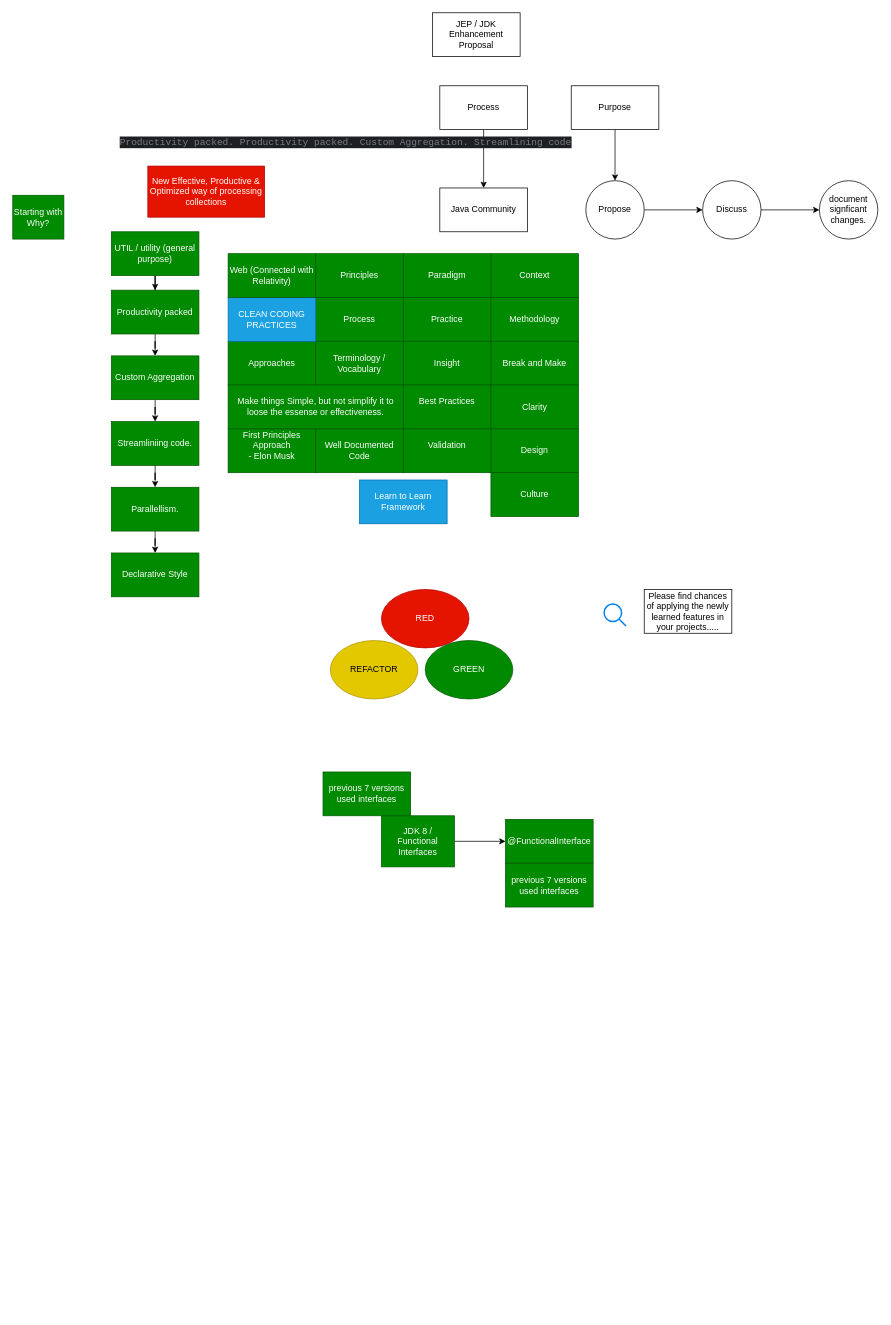
Before: page "Terminology & Methodology" (2 of 9) of Diagrams/New Features Java.drawio in THRGLO02MAY2025GIT-HUB/THRGLO02MAY2025GIT-REPO, a draw.io diagram. Source tidied: cells renumbered, new cells numbered last; positions are measured from the earlier drawing's top-left corner, leaving out a move shared by most shapes. Both pictures are drawn from the tidied source at 73%, with x=0, y=0 at pixel (12, 12).
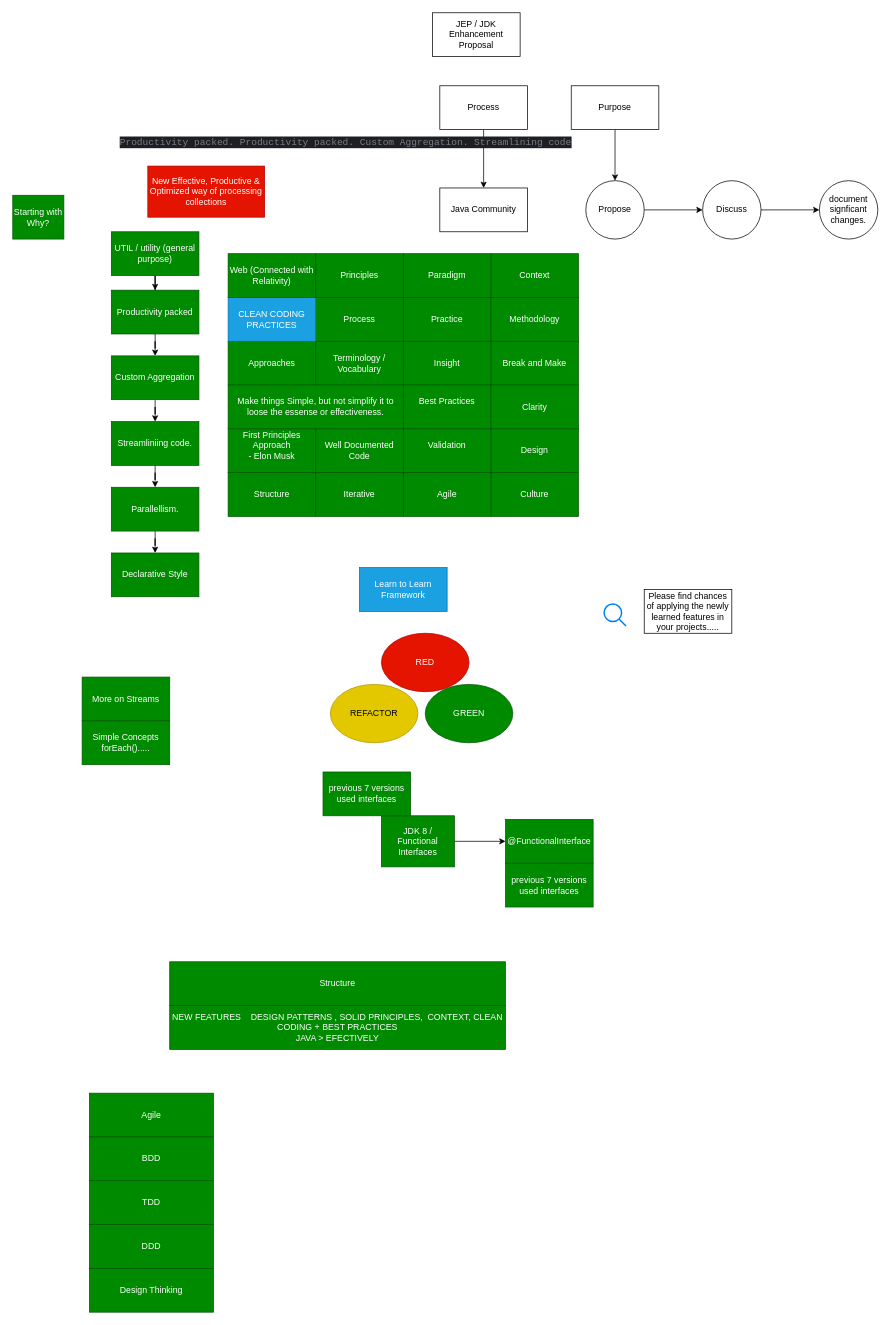
The same page after the edit.

What changed in the source:
```diff
@@
     <mxCell id="22" value="Learn to Learn Framework" style="rounded=0;whiteSpace=wrap;html=1;fillColor=#1ba1e2;fontColor=#ffffff;strokeColor=#006EAF;" parent="1" vertex="1">
-      <mxGeometry x="475" y="640" width="120" height="60" as="geometry" />
+      <mxGeometry x="475" y="760" width="120" height="60" as="geometry" />
     </mxCell>
@@
     <mxCell id="25" value="RED" style="ellipse;whiteSpace=wrap;html=1;fillColor=#e51400;strokeColor=#B20000;fontColor=#ffffff;" parent="1" vertex="1">
-      <mxGeometry x="505" y="790" width="120" height="80" as="geometry" />
+      <mxGeometry x="505" y="850" width="120" height="80" as="geometry" />
     </mxCell>
     <mxCell id="26" value="GREEN" style="ellipse;whiteSpace=wrap;html=1;fillColor=#008a00;strokeColor=#005700;fontColor=#ffffff;" parent="1" vertex="1">
-      <mxGeometry x="565" y="860" width="120" height="80" as="geometry" />
+      <mxGeometry x="565" y="920" width="120" height="80" as="geometry" />
     </mxCell>
     <mxCell id="27" value="REFACTOR" style="ellipse;whiteSpace=wrap;html=1;fillColor=#e3c800;strokeColor=#B09500;fontColor=#000000;" parent="1" vertex="1">
-      <mxGeometry x="435" y="860" width="120" height="80" as="geometry" />
+      <mxGeometry x="435" y="920" width="120" height="80" as="geometry" />
     </mxCell>
@@
+    <mxCell id="58" value="Agile" style="rounded=0;whiteSpace=wrap;html=1;fillColor=#008a00;fontColor=#ffffff;strokeColor=#005700;" parent="1" vertex="1">
+      <mxGeometry x="535" y="630" width="120" height="60" as="geometry" />
+    </mxCell>
+    <mxCell id="59" value="Iterative" style="rounded=0;whiteSpace=wrap;html=1;fillColor=#008a00;fontColor=#ffffff;strokeColor=#005700;" parent="1" vertex="1">
+      <mxGeometry x="415" y="630" width="120" height="60" as="geometry" />
+    </mxCell>
+    <mxCell id="60" value="Structure" style="rounded=0;whiteSpace=wrap;html=1;fillColor=#008a00;fontColor=#ffffff;strokeColor=#005700;" parent="1" vertex="1">
+      <mxGeometry x="295" y="630" width="120" height="60" as="geometry" />
+    </mxCell>
+    <mxCell id="61" value="NEW FEATURES&amp;nbsp; &amp;nbsp; DESIGN PATTERNS , SOLID PRINCIPLES,&amp;nbsp; CONTEXT, CLEAN CODING + BEST PRACTICES&lt;div&gt;JAVA &amp;gt; EFECTIVELY&lt;/div&gt;" style="rounded=0;whiteSpace=wrap;html=1;fillColor=#008a00;fontColor=#ffffff;strokeColor=#005700;" parent="1" vertex="1">
+      <mxGeometry x="215" y="1360" width="460" height="60" as="geometry" />
+    </mxCell>
+    <mxCell id="62" value="Structure" style="rounded=0;whiteSpace=wrap;html=1;fillColor=#008a00;fontColor=#ffffff;strokeColor=#005700;" parent="1" vertex="1">
+      <mxGeometry x="215" y="1300" width="460" height="60" as="geometry" />
+    </mxCell>
+    <mxCell id="63" value="More on Streams" style="rounded=0;whiteSpace=wrap;html=1;fillColor=#008a00;fontColor=#ffffff;strokeColor=#005700;" parent="1" vertex="1">
+      <mxGeometry x="95" y="910" width="120" height="60" as="geometry" />
+    </mxCell>
+    <mxCell id="64" value="Simple Concepts forEach()....." style="rounded=0;whiteSpace=wrap;html=1;fillColor=#008a00;fontColor=#ffffff;strokeColor=#005700;" parent="1" vertex="1">
+      <mxGeometry x="95" y="970" width="120" height="60" as="geometry" />
+    </mxCell>
+    <mxCell id="65" value="Agile" style="rounded=0;whiteSpace=wrap;html=1;fillColor=#008a00;fontColor=#ffffff;strokeColor=#005700;" parent="1" vertex="1">
+      <mxGeometry x="105" y="1480" width="170" height="60" as="geometry" />
+    </mxCell>
+    <mxCell id="66" value="BDD" style="rounded=0;whiteSpace=wrap;html=1;fillColor=#008a00;fontColor=#ffffff;strokeColor=#005700;" parent="1" vertex="1">
+      <mxGeometry x="105" y="1540" width="170" height="60" as="geometry" />
+    </mxCell>
+    <mxCell id="67" value="TDD" style="rounded=0;whiteSpace=wrap;html=1;fillColor=#008a00;fontColor=#ffffff;strokeColor=#005700;" parent="1" vertex="1">
+      <mxGeometry x="105" y="1600" width="170" height="60" as="geometry" />
+    </mxCell>
+    <mxCell id="68" value="Design Thinking" style="rounded=0;whiteSpace=wrap;html=1;fillColor=#008a00;fontColor=#ffffff;strokeColor=#005700;" parent="1" vertex="1">
+      <mxGeometry x="105" y="1720" width="170" height="60" as="geometry" />
+    </mxCell>
+    <mxCell id="69" value="DDD" style="rounded=0;whiteSpace=wrap;html=1;fillColor=#008a00;fontColor=#ffffff;strokeColor=#005700;" parent="1" vertex="1">
+      <mxGeometry x="105" y="1660" width="170" height="60" as="geometry" />
+    </mxCell>
```
